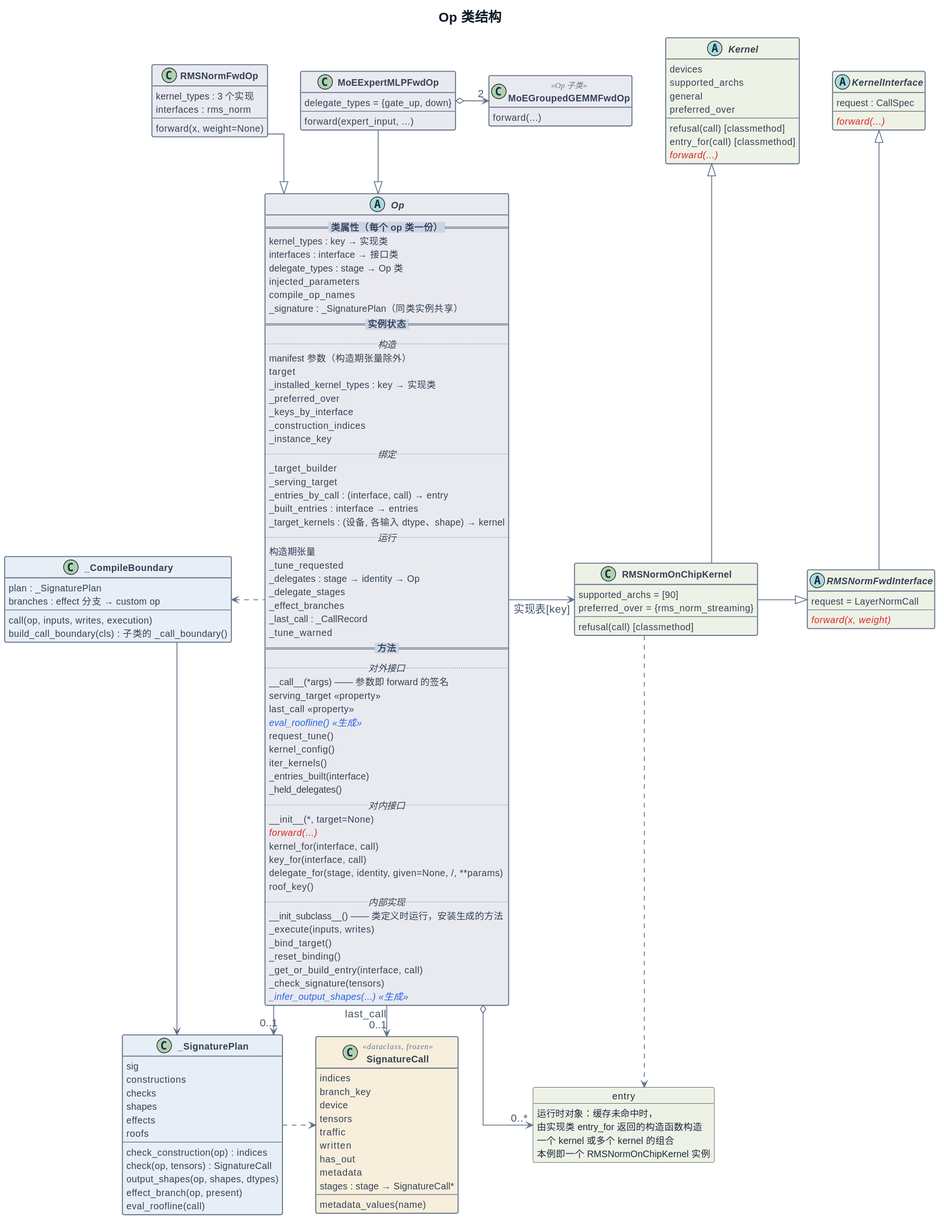
tile-ai/TileOPs.github.io keeps this PlantUML diagram as docs/user-guide/op/img/structure.zh.svg. Above is the earlier version.
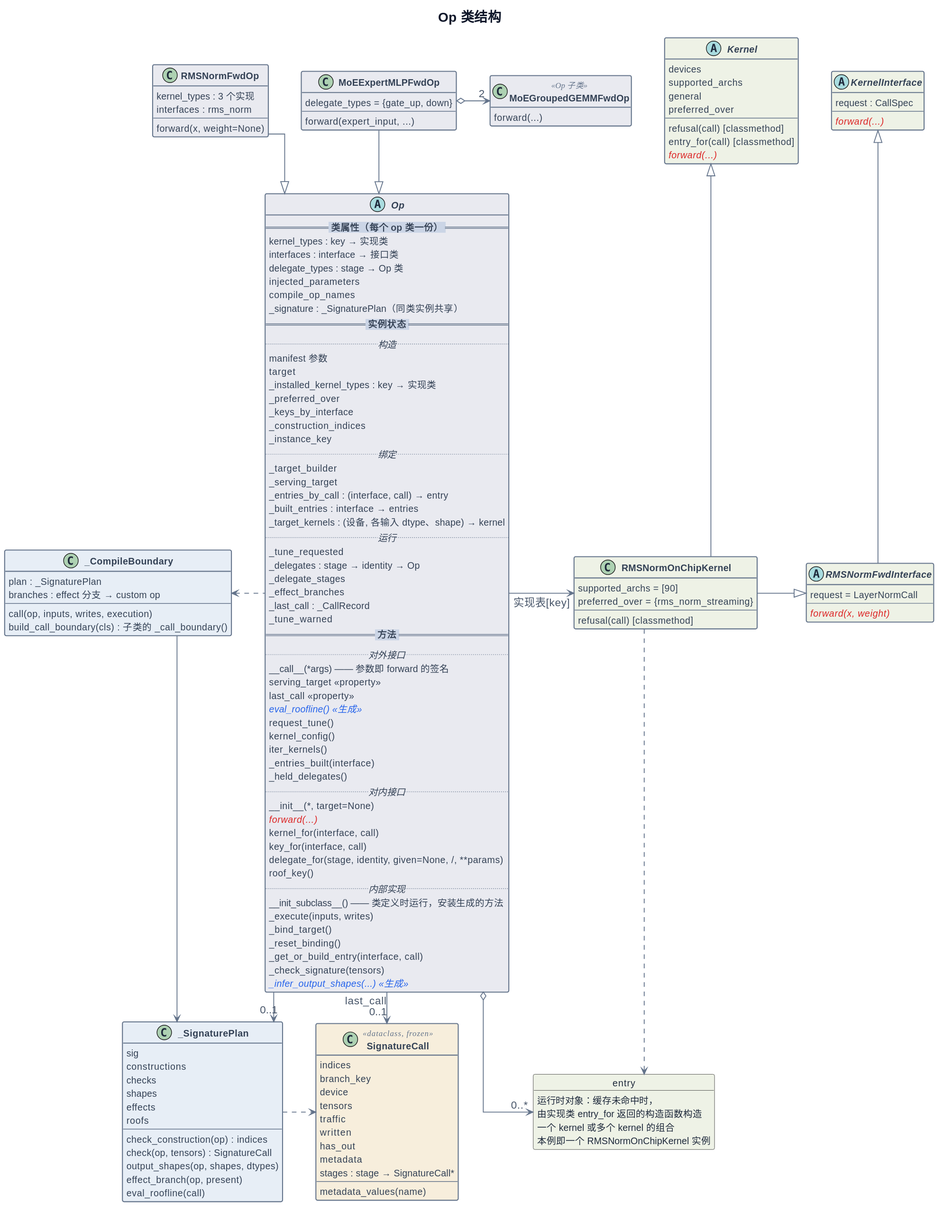
The same file after the commit.

Change to the diagram source:
```diff
@@ -35,7 +35,7 @@
     _signature : _SignaturePlan（同类实例共享）
     == <back:#CBD5E6> <b>实例状态</b> </back> ==
     .. <i>构造</i> ..
-    manifest 参数（构造期张量除外）
+    manifest 参数
     target
     _installed_kernel_types : key → 实现类
     _preferred_over
@@ -49,12 +49,11 @@
     _built_entries : interface → entries
     _target_kernels : (设备, 各输入 dtype、shape) → kernel
     .. <i>运行</i> ..
-    构造期张量
     _tune_requested
     _delegates : stage → identity → Op
     _delegate_stages
     _effect_branches
-    _last_call : SignatureCall
+    _last_call : _CallRecord
     _tune_warned
     == <back:#CBD5E6> <b>方法</b> </back> ==
     .. <i>对外接口</i> ..
@@ -65,8 +64,8 @@
     request_tune()
     kernel_config()
     iter_kernels()
-    built_entries(interface)
-    held_delegates()
+    _entries_built(interface)
+    _held_delegates()
     .. <i>对内接口</i> ..
     __init__(*, target=None)
     {abstract} <color:#DC2626>forward(...)</color>
@@ -76,7 +75,7 @@
     roof_key()
     .. <i>内部实现</i> ..
     __init_subclass__() —— 类定义时运行，安装生成的方法
-    _run_call(inputs, body)
+    _execute(inputs, writes)
     _bind_target()
     _reset_binding()
     _get_or_build_entry(interface, call)
@@ -164,7 +163,7 @@
     本例即一个 RMSNormOnChipKernel 实例
 }
 
-class MoEGroupedGemmFwdOp <<Op 子类>> #E9EAF0 {
+class MoEGroupedGEMMFwdOp <<Op 子类>> #E9EAF0 {
     forward(...)
 }
 
@@ -177,7 +176,7 @@
 
 RMSNormFwdOp -down-|> Op
 MoEExpertMLPFwdOp -down-|> Op
-MoEExpertMLPFwdOp o-right-> "2" MoEGroupedGemmFwdOp
+MoEExpertMLPFwdOp o-right-> "2" MoEGroupedGEMMFwdOp
 
 Op .left.> _CompileBoundary
 Op -down-> "0..1" _SignaturePlan
```
